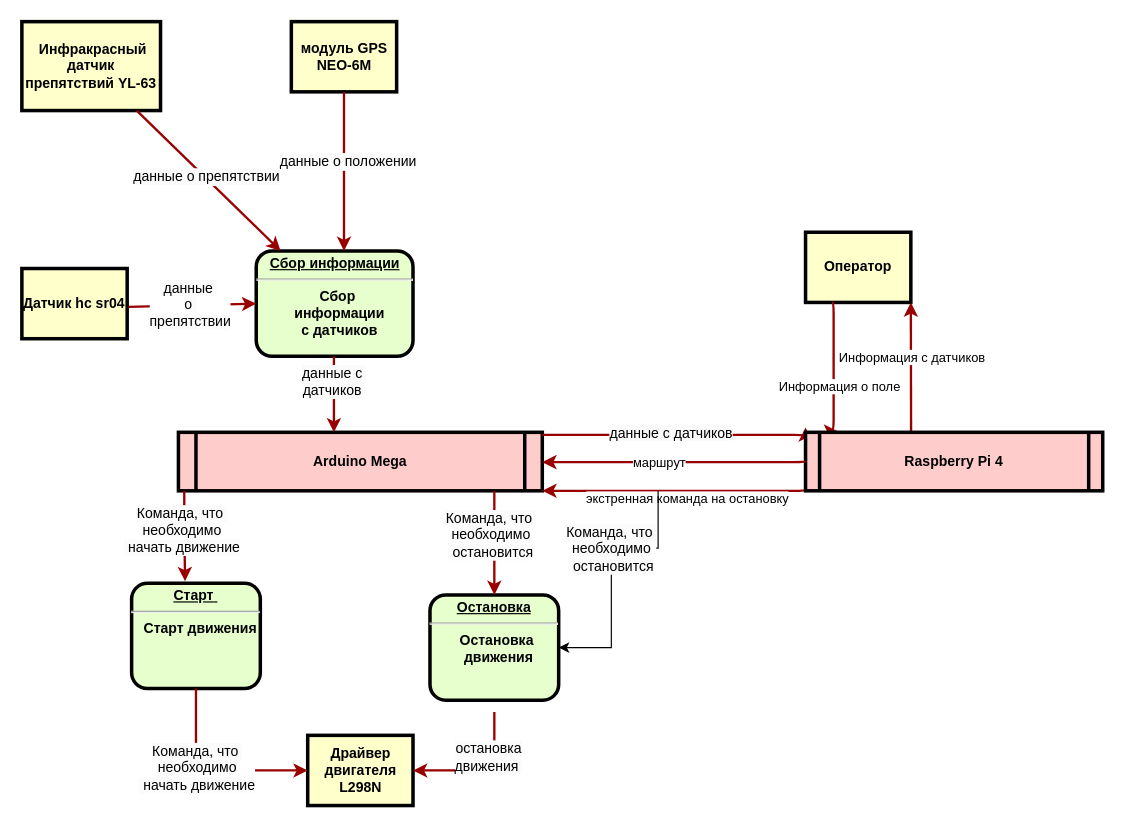
Earlier version of the draw.io diagram dfdardplusras.drawio (Fgeeha/draw.io). Source tidied: cells renumbered, new cells numbered last; positions are measured from the earlier drawing's top-left corner, leaving out a move shared by most shapes. Both pictures are drawn from the tidied source at 117%, with x=0, y=0 at pixel (21, 21).
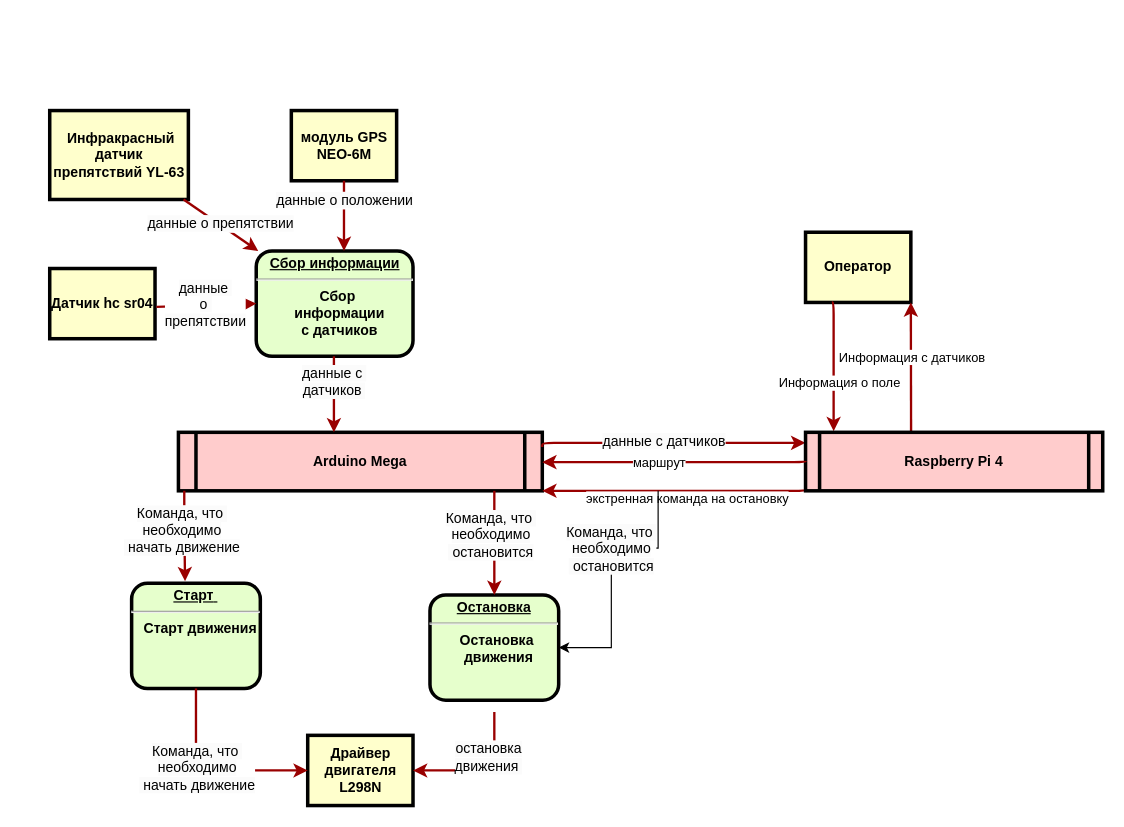
After the change.

The change refers to these unchanged cells:
```xml
<mxCell id="5" value="Arduino Mega" style="shape=process;whiteSpace=wrap;align=center;verticalAlign=middle;size=0.0475;fontStyle=1;strokeWidth=3;fillColor=#FFCCCC;" parent="1" vertex="1">
  <mxGeometry x="134" y="351" width="311" height="50" as="geometry" />
</mxCell>
<mxCell id="7" value="Оператор" style="whiteSpace=wrap;align=center;verticalAlign=middle;fontStyle=1;strokeWidth=3;fillColor=#FFFFCC;" parent="1" vertex="1">
  <mxGeometry x="670" y="180" width="90" height="60" as="geometry" />
</mxCell>
<mxCell id="9" style="edgeStyle=none;noEdgeStyle=1;strokeColor=#990000;strokeWidth=2;" parent="1" edge="1" source="3">
  <mxGeometry relative="1" as="geometry">
    <mxPoint x="275.5" y="196" as="targetPoint" />
  </mxGeometry>
</mxCell>
<mxCell id="32" value="Raspberry Pi 4" style="shape=process;whiteSpace=wrap;align=center;verticalAlign=middle;size=0.0475;fontStyle=1;strokeWidth=3;fillColor=#FFCCCC;" parent="1" vertex="1">
  <mxGeometry x="670" y="351" width="254" height="50" as="geometry" />
</mxCell>
```

The edit, as a diff of the source:
```diff
@@
     <mxCell id="3" value="модуль GPS NEO-6M" style="whiteSpace=wrap;align=center;verticalAlign=middle;fontStyle=1;strokeWidth=3;fillColor=#FFFFCC;" parent="1" vertex="1">
-      <mxGeometry x="230.5" width="90" height="60" as="geometry" />
+      <mxGeometry x="230.5" y="76" width="90" height="60" as="geometry" />
     </mxCell>
     <mxCell id="4" value=" Инфракрасный датчик препятствий YL-63" style="whiteSpace=wrap;align=center;verticalAlign=middle;fontStyle=1;strokeWidth=3;fillColor=#FFFFCC;" parent="1" vertex="1">
-      <mxGeometry x="0.2" width="118.5" height="76" as="geometry" />
+      <mxGeometry x="24" y="76" width="118.5" height="76" as="geometry" />
     </mxCell>
@@
     <mxCell id="10" value="&lt;span style=&quot;font-size: 12px; background-color: rgb(251, 251, 251);&quot;&gt;данные о положении&lt;/span&gt;" style="edgeLabel;html=1;align=center;verticalAlign=middle;" parent="9" vertex="1">
-      <mxGeometry x="-0.13" y="3" relative="1" as="geometry" />
+      <mxGeometry x="-0.13" y="3" relative="1" as="geometry">
+        <mxPoint x="-3" y="-10" as="offset" />
+      </mxGeometry>
     </mxCell>
@@
-    <mxCell id="18" style="edgeStyle=elbowEdgeStyle;elbow=vertical;strokeColor=#990000;strokeWidth=2;entryX=0;entryY=0.25;entryDx=0;entryDy=0;" parent="1" edge="1">
+    <mxCell id="18" style="edgeStyle=elbowEdgeStyle;elbow=vertical;strokeColor=#990000;strokeWidth=2;exitX=1;exitY=0.25;exitDx=0;exitDy=0;entryX=-0.001;entryY=0.186;entryDx=0;entryDy=0;entryPerimeter=0;" parent="1" edge="1" source="5" target="32">
       <mxGeometry relative="1" as="geometry">
-        <mxPoint x="445" y="353.2" as="sourcePoint" />
-        <mxPoint x="670" y="346.8" as="targetPoint" />
         <Array as="points">
-          <mxPoint x="494" y="353.2" />
+          <mxPoint x="554" y="360" />
         </Array>
       </mxGeometry>
     </mxCell>
@@
-    <mxCell id="28" style="edgeStyle=elbowEdgeStyle;elbow=horizontal;strokeColor=#990000;strokeWidth=2;exitX=0.25;exitY=1;exitDx=0;exitDy=0;entryX=0.11;entryY=-0.012;entryDx=0;entryDy=0;entryPerimeter=0;" parent="1" edge="1" source="7" target="32">
+    <mxCell id="28" style="edgeStyle=elbowEdgeStyle;elbow=horizontal;strokeColor=#990000;strokeWidth=2;exitX=0.25;exitY=1;exitDx=0;exitDy=0;" parent="1" edge="1" source="7">
       <mxGeometry relative="1" as="geometry">
+        <mxPoint x="694" y="350" as="targetPoint" />
         <Array as="points">
           <mxPoint x="694" y="190" />
         </Array>
       </mxGeometry>
     </mxCell>
@@
     <mxCell id="35" value="Датчик hc sr04" style="whiteSpace=wrap;align=center;verticalAlign=middle;fontStyle=1;strokeWidth=3;fillColor=#FFFFCC;" parent="1" vertex="1">
-      <mxGeometry x="0.2" y="211" width="90" height="60" as="geometry" />
+      <mxGeometry x="24" y="211" width="90" height="60" as="geometry" />
     </mxCell>
```
